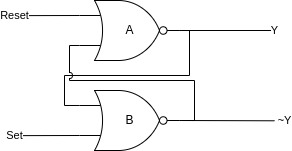
Above: docs/classes/wk09/img/sr_latch.drawio.png in BSUECE230L/bsuece230l.github.io (draw.io), before the change. Source tidied: cells renumbered, new cells last; positions are measured from the earlier drawing's top-left corner, leaving out a move shared by most shapes.
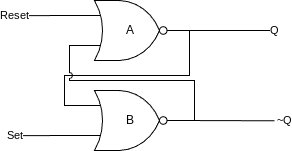
Above is the later version.

The edit, as a diff of the source:
```diff
@@ -12,7 +12,7 @@
         </Array>
       </mxGeometry>
     </mxCell>
-    <mxCell id="3" value="Y" style="edgeStyle=orthogonalEdgeStyle;rounded=0;jumpStyle=arc;html=1;exitX=1;exitY=0.5;exitDx=0;exitDy=0;exitPerimeter=0;endArrow=none;endFill=0;" parent="1" edge="1" source="5">
+    <mxCell id="3" value="Q" style="edgeStyle=orthogonalEdgeStyle;rounded=0;jumpStyle=arc;html=1;exitX=1;exitY=0.5;exitDx=0;exitDy=0;exitPerimeter=0;endArrow=none;endFill=0;" parent="1" edge="1" source="5">
       <mxGeometry x="1" relative="1" as="geometry">
         <mxPoint x="260" y="30" as="targetPoint" />
       </mxGeometry>
@@ -40,7 +40,7 @@
         <mxPoint y="135.1" as="targetPoint" />
       </mxGeometry>
     </mxCell>
-    <mxCell id="8" value="~Y" style="edgeStyle=orthogonalEdgeStyle;rounded=0;jumpStyle=arc;html=1;exitX=1;exitY=0.5;exitDx=0;exitDy=0;exitPerimeter=0;endArrow=none;endFill=0;" parent="1" edge="1" source="9">
+    <mxCell id="8" value="~Q" style="edgeStyle=orthogonalEdgeStyle;rounded=0;jumpStyle=arc;html=1;exitX=1;exitY=0.5;exitDx=0;exitDy=0;exitPerimeter=0;endArrow=none;endFill=0;" parent="1" edge="1" source="9">
       <mxGeometry x="1" y="10" relative="1" as="geometry">
         <mxPoint x="260" y="120.3" as="targetPoint" />
         <mxPoint x="10" y="10" as="offset" />
```
